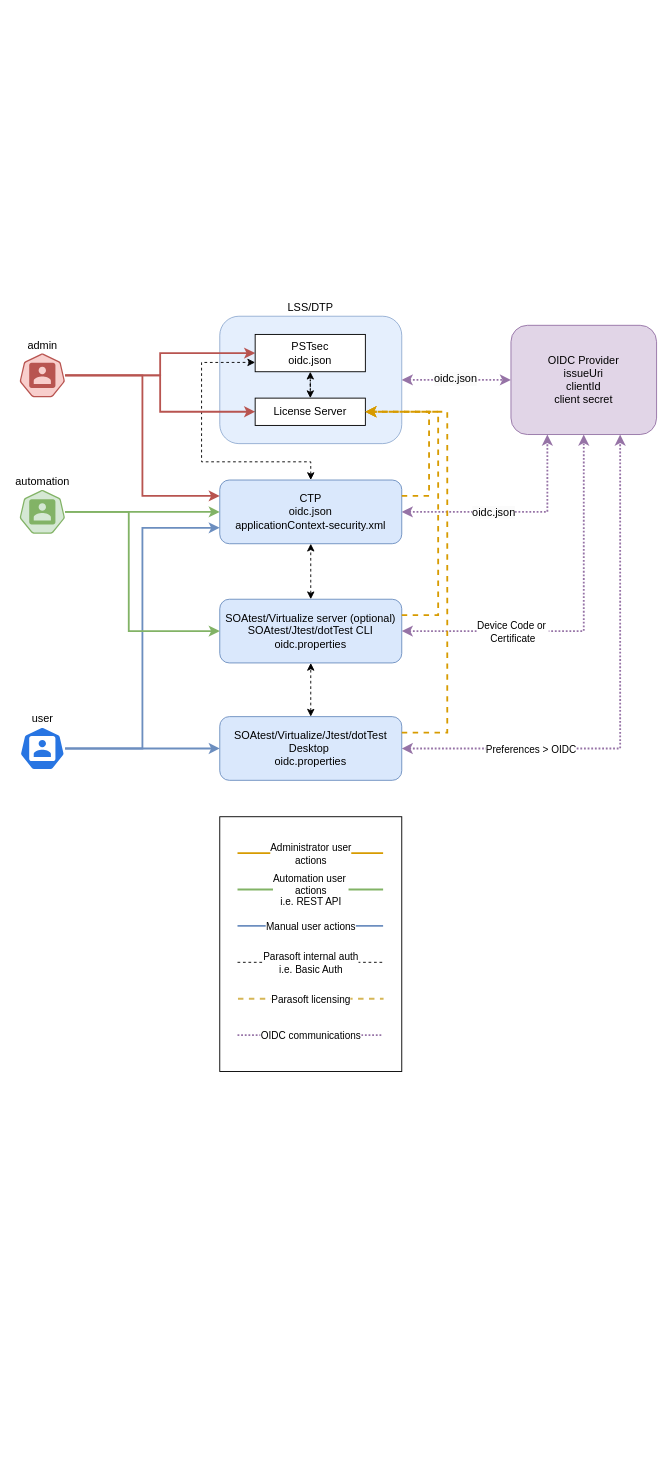
Before: oidc.drawio in gtrofimov/draw-io-projects, a draw.io diagram. Source tidied: cells renumbered, new cells numbered last; positions are measured from the earlier drawing's top-left corner, leaving out a move shared by most shapes. Both pictures are drawn from the tidied source at 91%, with x=0, y=0 at pixel (19, 316).
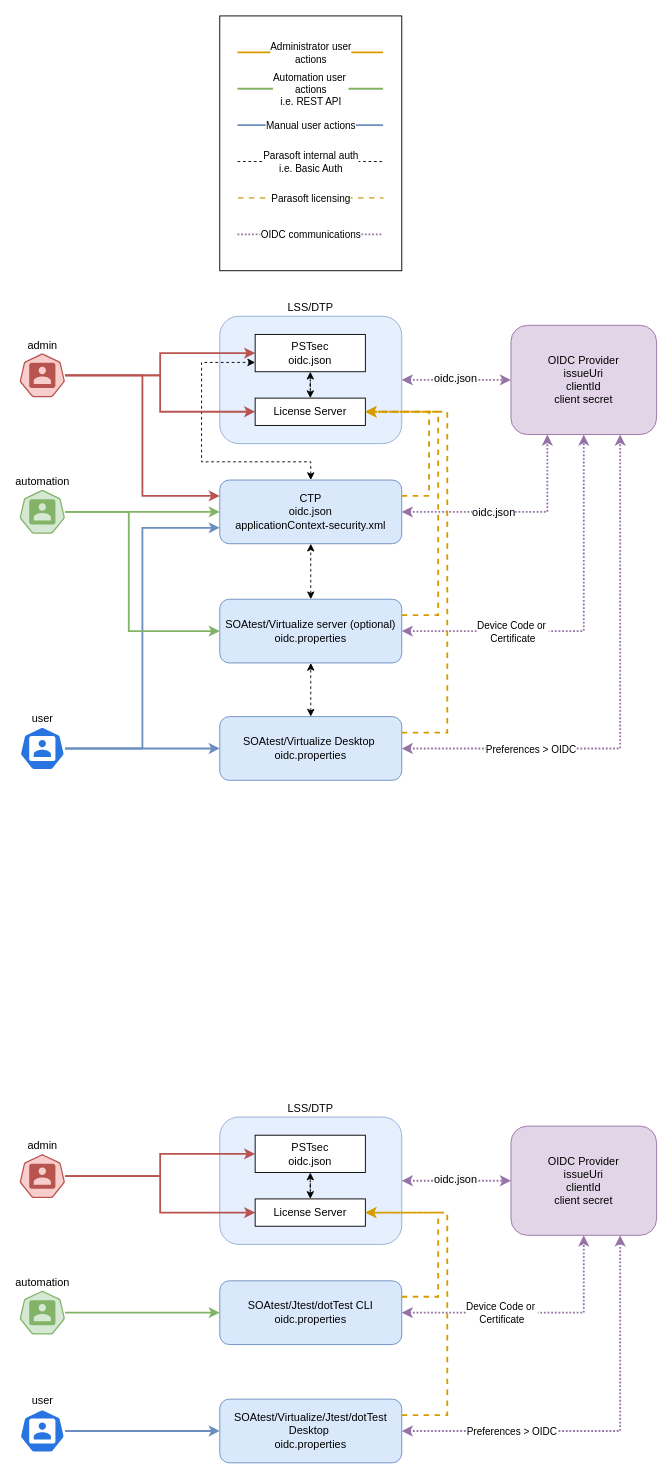
The same page after the edit.

Diff of the diagram source:
```diff
@@
-    <mxCell id="10" value="SOAtest/Virtualize server (optional)&lt;div&gt;SOAtest/Jtest/dotTest CLI&lt;br&gt;&lt;div&gt;&lt;div&gt;oidc.properties&lt;/div&gt;&lt;/div&gt;&lt;/div&gt;" style="rounded=1;whiteSpace=wrap;html=1;fillColor=#dae8fc;strokeColor=#6c8ebf;" parent="1" vertex="1">
+    <mxCell id="10" value="SOAtest/Virtualize server (optional)&lt;div&gt;&lt;div&gt;&lt;div&gt;oidc.properties&lt;/div&gt;&lt;/div&gt;&lt;/div&gt;" style="rounded=1;whiteSpace=wrap;html=1;fillColor=#dae8fc;strokeColor=#6c8ebf;" parent="1" vertex="1">
       <mxGeometry x="220" y="311" width="200" height="70" as="geometry" />
     </mxCell>
@@
-    <mxCell id="31" value="SOAtest/Virtualize/Jtest/dotTest Desktop&amp;nbsp;&lt;div&gt;&lt;div&gt;oidc.properties&lt;/div&gt;&lt;/div&gt;" style="rounded=1;whiteSpace=wrap;html=1;fillColor=#dae8fc;strokeColor=#6c8ebf;" parent="1" vertex="1">
+    <mxCell id="31" value="SOAtest/Virtualize Desktop&amp;nbsp;&lt;div&gt;&lt;div&gt;oidc.properties&lt;/div&gt;&lt;/div&gt;" style="rounded=1;whiteSpace=wrap;html=1;fillColor=#dae8fc;strokeColor=#6c8ebf;" parent="1" vertex="1">
       <mxGeometry x="220" y="440" width="200" height="70" as="geometry" />
     </mxCell>
@@
     <mxCell id="34" style="group;" parent="1" vertex="1">
-      <mxGeometry x="220" y="550" width="200" height="280" as="geometry" />
+      <mxGeometry x="220" y="-330" width="200" height="280" as="geometry" />
     </mxCell>
@@
+    <mxCell id="48" value="LSS/DTP" style="rounded=1;whiteSpace=wrap;html=1;labelPosition=center;verticalLabelPosition=top;align=center;verticalAlign=bottom;opacity=70;fillColor=#dae8fc;strokeColor=#6c8ebf;" parent="1" vertex="1">
+      <mxGeometry x="220" y="880" width="200" height="140" as="geometry" />
+    </mxCell>
+    <mxCell id="49" style="edgeStyle=orthogonalEdgeStyle;rounded=0;jettySize=auto;html=1;entryX=0.5;entryY=1;entryDx=0;entryDy=0;dashed=1;dashPattern=1 1;startArrow=classic;startFill=1;fillColor=#e1d5e7;strokeColor=#9673a6;strokeWidth=2;" parent="1" edge="1" source="51" target="52">
+      <mxGeometry relative="1" as="geometry" />
+    </mxCell>
+    <mxCell id="50" value="Device Code or&amp;nbsp;&lt;div&gt;Certificate&lt;/div&gt;" style="edgeLabel;html=1;align=center;verticalAlign=middle;" parent="49" vertex="1">
+      <mxGeometry x="-0.24" y="-2" relative="1" as="geometry">
+        <mxPoint x="1" y="-2" as="offset" />
+      </mxGeometry>
+    </mxCell>
+    <mxCell id="51" value="&lt;div&gt;SOAtest/Jtest/dotTest CLI&lt;br&gt;&lt;div&gt;&lt;div&gt;oidc.properties&lt;/div&gt;&lt;/div&gt;&lt;/div&gt;" style="rounded=1;whiteSpace=wrap;html=1;fillColor=#dae8fc;strokeColor=#6c8ebf;" parent="1" vertex="1">
+      <mxGeometry x="220" y="1060" width="200" height="70" as="geometry" />
+    </mxCell>
+    <mxCell id="52" value="OIDC Provider&lt;div&gt;issueUri&lt;br&gt;&lt;div&gt;clientId&lt;/div&gt;&lt;div&gt;client secret&lt;/div&gt;&lt;/div&gt;" style="rounded=1;whiteSpace=wrap;html=1;fillColor=#e1d5e7;strokeColor=#9673a6;" parent="1" vertex="1">
+      <mxGeometry x="540" y="890" width="160" height="120" as="geometry" />
+    </mxCell>
+    <mxCell id="53" value="user" style="sketch=0;html=1;dashed=0;whitespace=wrap;fillColor=#2875E2;strokeColor=#ffffff;points=[[0.005,0.63,0],[0.1,0.2,0],[0.9,0.2,0],[0.5,0,0],[0.995,0.63,0],[0.72,0.99,0],[0.5,1,0],[0.28,0.99,0]];shape=mxgraph.kubernetes.icon2;prIcon=user;labelPosition=center;verticalLabelPosition=top;align=center;verticalAlign=bottom;" parent="1" vertex="1">
+      <mxGeometry y="1201" width="50" height="48" as="geometry" />
+    </mxCell>
+    <mxCell id="54" style="edgeStyle=orthogonalEdgeStyle;rounded=0;jettySize=auto;html=1;entryX=0;entryY=0.5;entryDx=0;entryDy=0;fillColor=#f8cecc;strokeColor=#b85450;strokeWidth=2;" parent="1" edge="1" source="56" target="61">
+      <mxGeometry relative="1" as="geometry" />
+    </mxCell>
+    <mxCell id="55" style="edgeStyle=orthogonalEdgeStyle;rounded=0;jettySize=auto;html=1;entryX=0;entryY=0.5;entryDx=0;entryDy=0;fillColor=#f8cecc;strokeColor=#b85450;strokeWidth=2;" parent="1" edge="1" source="56" target="60">
+      <mxGeometry relative="1" as="geometry" />
+    </mxCell>
+    <mxCell id="56" value="admin" style="sketch=0;html=1;dashed=0;whitespace=wrap;fillColor=#f8cecc;strokeColor=#b85450;points=[[0.005,0.63,0],[0.1,0.2,0],[0.9,0.2,0],[0.5,0,0],[0.995,0.63,0],[0.72,0.99,0],[0.5,1,0],[0.28,0.99,0]];shape=mxgraph.kubernetes.icon2;prIcon=user;labelPosition=center;verticalLabelPosition=top;align=center;verticalAlign=bottom;" parent="1" vertex="1">
+      <mxGeometry y="921" width="50" height="48" as="geometry" />
+    </mxCell>
+    <mxCell id="57" style="edgeStyle=orthogonalEdgeStyle;rounded=0;jettySize=auto;html=1;fillColor=#fff2cc;strokeColor=#000000;dashed=1;startArrow=classic;startFill=1;" parent="1" edge="1" source="60" target="61">
+      <mxGeometry relative="1" as="geometry" />
+    </mxCell>
+    <mxCell id="58" style="edgeStyle=orthogonalEdgeStyle;rounded=0;jettySize=auto;html=1;entryX=0;entryY=0.5;entryDx=0;entryDy=0;dashed=1;dashPattern=1 1;startArrow=classic;startFill=1;exitX=1;exitY=0.5;exitDx=0;exitDy=0;fillColor=#e1d5e7;strokeColor=#9673a6;strokeWidth=2;" parent="1" edge="1" source="48" target="52">
+      <mxGeometry relative="1" as="geometry" />
+    </mxCell>
+    <mxCell id="59" value="&lt;div style=&quot;font-size: 12px; text-wrap: wrap; background-color: rgb(251, 251, 251);&quot;&gt;oidc.json&lt;/div&gt;" style="edgeLabel;html=1;align=center;verticalAlign=middle;" parent="58" vertex="1">
+      <mxGeometry x="-0.04" y="2" relative="1" as="geometry" />
+    </mxCell>
+    <mxCell id="60" value="License Server" style="rounded=0;whiteSpace=wrap;html=1;" parent="1" vertex="1">
+      <mxGeometry x="258.9" y="970" width="121.1" height="30" as="geometry" />
+    </mxCell>
+    <mxCell id="61" value="PSTsec&lt;div&gt;oidc.json&lt;/div&gt;" style="rounded=0;whiteSpace=wrap;html=1;" parent="1" vertex="1">
+      <mxGeometry x="258.9" y="900" width="121.1" height="41" as="geometry" />
+    </mxCell>
+    <mxCell id="62" style="edgeStyle=orthogonalEdgeStyle;rounded=0;jettySize=auto;html=1;entryX=0;entryY=0.5;entryDx=0;entryDy=0;fillColor=#dae8fc;strokeColor=#6c8ebf;strokeWidth=2;" parent="1" edge="1" source="53" target="67">
+      <mxGeometry relative="1" as="geometry" />
+    </mxCell>
+    <mxCell id="63" style="edgeStyle=orthogonalEdgeStyle;rounded=0;jettySize=auto;html=1;entryX=0;entryY=0.5;entryDx=0;entryDy=0;fillColor=#d5e8d4;strokeColor=#82b366;strokeWidth=2;" parent="1" edge="1" source="64" target="51">
+      <mxGeometry relative="1" as="geometry">
+        <Array as="points">
+          <mxPoint x="180" y="1095" />
+          <mxPoint x="180" y="1095" />
+        </Array>
+      </mxGeometry>
+    </mxCell>
+    <mxCell id="64" value="automation" style="sketch=0;html=1;dashed=0;whitespace=wrap;fillColor=#d5e8d4;strokeColor=#82b366;points=[[0.005,0.63,0],[0.1,0.2,0],[0.9,0.2,0],[0.5,0,0],[0.995,0.63,0],[0.72,0.99,0],[0.5,1,0],[0.28,0.99,0]];shape=mxgraph.kubernetes.icon2;prIcon=user;labelPosition=center;verticalLabelPosition=top;align=center;verticalAlign=bottom;" parent="1" vertex="1">
+      <mxGeometry y="1071" width="50" height="48" as="geometry" />
+    </mxCell>
+    <mxCell id="65" style="edgeStyle=orthogonalEdgeStyle;rounded=0;jettySize=auto;html=1;entryX=0.75;entryY=1;entryDx=0;entryDy=0;dashed=1;dashPattern=1 1;fillColor=#e1d5e7;strokeColor=#9673a6;strokeWidth=2;startArrow=classic;startFill=1;" parent="1" edge="1" source="67" target="52">
+      <mxGeometry relative="1" as="geometry" />
+    </mxCell>
+    <mxCell id="66" value="Preferences &amp;gt; OIDC" style="edgeLabel;html=1;align=center;verticalAlign=middle;" parent="65" vertex="1">
+      <mxGeometry x="-0.39" y="-1" relative="1" as="geometry">
+        <mxPoint x="-19" y="-1" as="offset" />
+      </mxGeometry>
+    </mxCell>
+    <mxCell id="67" value="SOAtest/Virtualize/Jtest/dotTest Desktop&amp;nbsp;&lt;div&gt;&lt;div&gt;oidc.properties&lt;/div&gt;&lt;/div&gt;" style="rounded=1;whiteSpace=wrap;html=1;fillColor=#dae8fc;strokeColor=#6c8ebf;" parent="1" vertex="1">
+      <mxGeometry x="220" y="1190" width="200" height="70" as="geometry" />
+    </mxCell>
+    <mxCell id="68" style="edgeStyle=orthogonalEdgeStyle;rounded=0;jettySize=auto;html=1;fillColor=#ffe6cc;strokeColor=#d79b00;strokeWidth=2;dashed=1;entryX=1;entryY=0.5;entryDx=0;entryDy=0;exitX=1;exitY=0.25;exitDx=0;exitDy=0;" parent="1" edge="1" source="51" target="60">
+      <mxGeometry relative="1" as="geometry">
+        <Array as="points">
+          <mxPoint x="460" y="1078" />
+          <mxPoint x="460" y="985" />
+        </Array>
+      </mxGeometry>
+    </mxCell>
+    <mxCell id="69" style="edgeStyle=orthogonalEdgeStyle;rounded=0;jettySize=auto;html=1;fillColor=#ffe6cc;strokeColor=#d79b00;strokeWidth=2;dashed=1;entryX=1;entryY=0.5;entryDx=0;entryDy=0;exitX=1;exitY=0.25;exitDx=0;exitDy=0;" parent="1" edge="1" source="67" target="60">
+      <mxGeometry relative="1" as="geometry">
+        <Array as="points">
+          <mxPoint x="470" y="1208" />
+          <mxPoint x="470" y="985" />
+        </Array>
+      </mxGeometry>
+    </mxCell>
```
